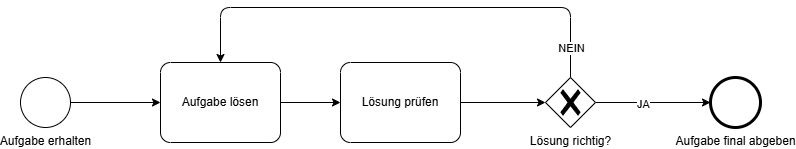
Above: slides/content/slides/Informatik/Business-Process-Modelling/assets/bpmn-example-loops.drawio.png in HTL-Wolfsberg-Betriebsinformatik/skript (draw.io), before the change. Source tidied: cells renumbered, new cells last; positions are measured from the earlier drawing's top-left corner, leaving out a move shared by most shapes. Source of this version:
```xml
<mxGraphModel>
  <root>
    <mxCell id="0" />
    <mxCell id="1" parent="0" />
    <mxCell id="2" style="edgeStyle=none;html=1;" parent="1" edge="1" source="3" target="5">
      <mxGeometry relative="1" as="geometry" />
    </mxCell>
    <mxCell id="3" value="Aufgabe erhalten" style="points=[[0.145,0.145,0],[0.5,0,0],[0.855,0.145,0],[1,0.5,0],[0.855,0.855,0],[0.5,1,0],[0.145,0.855,0],[0,0.5,0]];shape=mxgraph.bpmn.event;html=1;verticalLabelPosition=bottom;labelBackgroundColor=#ffffff;verticalAlign=top;align=center;perimeter=ellipsePerimeter;outlineConnect=0;outline=standard;symbol=general;" parent="1" vertex="1">
      <mxGeometry y="70" width="50" height="50" as="geometry" />
    </mxCell>
    <mxCell id="4" style="edgeStyle=none;html=1;" parent="1" edge="1" source="5" target="13">
      <mxGeometry relative="1" as="geometry" />
    </mxCell>
    <mxCell id="5" value="Aufgabe lösen" style="points=[[0.25,0,0],[0.5,0,0],[0.75,0,0],[1,0.25,0],[1,0.5,0],[1,0.75,0],[0.75,1,0],[0.5,1,0],[0.25,1,0],[0,0.75,0],[0,0.5,0],[0,0.25,0]];shape=mxgraph.bpmn.task;whiteSpace=wrap;rectStyle=rounded;size=10;html=1;taskMarker=abstract;" parent="1" vertex="1">
      <mxGeometry x="140" y="55" width="120" height="80" as="geometry" />
    </mxCell>
    <mxCell id="6" style="edgeStyle=none;html=1;" parent="1" edge="1" source="10" target="5">
      <mxGeometry relative="1" as="geometry">
        <Array as="points">
          <mxPoint x="550" />
          <mxPoint x="200" />
        </Array>
      </mxGeometry>
    </mxCell>
    <mxCell id="7" value="NEIN" style="edgeLabel;html=1;align=center;verticalAlign=middle;" parent="6" vertex="1">
      <mxGeometry x="0.17" y="1" relative="1" as="geometry">
        <mxPoint x="207" y="39" as="offset" />
      </mxGeometry>
    </mxCell>
    <mxCell id="8" style="edgeStyle=none;html=1;" parent="1" edge="1" source="10">
      <mxGeometry relative="1" as="geometry">
        <mxPoint x="690" y="95" as="targetPoint" />
      </mxGeometry>
    </mxCell>
    <mxCell id="9" value="JA" style="edgeLabel;html=1;align=center;verticalAlign=middle;" parent="8" vertex="1">
      <mxGeometry x="-0.18" y="-1" relative="1" as="geometry" />
    </mxCell>
    <mxCell id="10" value="Lösung richtig?" style="points=[[0.25,0.25,0],[0.5,0,0],[0.75,0.25,0],[1,0.5,0],[0.75,0.75,0],[0.5,1,0],[0.25,0.75,0],[0,0.5,0]];shape=mxgraph.bpmn.gateway2;html=1;verticalLabelPosition=bottom;labelBackgroundColor=#ffffff;verticalAlign=top;align=center;perimeter=rhombusPerimeter;outlineConnect=0;outline=none;symbol=none;gwType=exclusive;labelPosition=center;" parent="1" vertex="1">
      <mxGeometry x="525" y="70" width="50" height="50" as="geometry" />
    </mxCell>
    <mxCell id="11" value="Aufgabe final abgeben" style="points=[[0.145,0.145,0],[0.5,0,0],[0.855,0.145,0],[1,0.5,0],[0.855,0.855,0],[0.5,1,0],[0.145,0.855,0],[0,0.5,0]];shape=mxgraph.bpmn.event;html=1;verticalLabelPosition=bottom;labelBackgroundColor=#ffffff;verticalAlign=top;align=center;perimeter=ellipsePerimeter;outlineConnect=0;outline=end;symbol=terminate2;" parent="1" vertex="1">
      <mxGeometry x="690" y="70" width="50" height="50" as="geometry" />
    </mxCell>
    <mxCell id="12" style="edgeStyle=none;html=1;" parent="1" edge="1" source="13" target="10">
      <mxGeometry relative="1" as="geometry" />
    </mxCell>
    <mxCell id="13" value="Lösung prüfen" style="points=[[0.25,0,0],[0.5,0,0],[0.75,0,0],[1,0.25,0],[1,0.5,0],[1,0.75,0],[0.75,1,0],[0.5,1,0],[0.25,1,0],[0,0.75,0],[0,0.5,0],[0,0.25,0]];shape=mxgraph.bpmn.task;whiteSpace=wrap;rectStyle=rounded;size=10;html=1;taskMarker=abstract;" parent="1" vertex="1">
      <mxGeometry x="320" y="55" width="120" height="80" as="geometry" />
    </mxCell>
  </root>
</mxGraphModel>
```
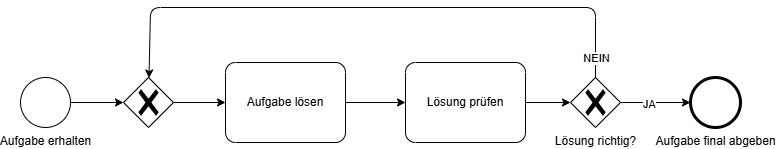
After the change.

Commit message:
fix: gateway loop closing

Change to the diagram source:
```diff
@@ -2,11 +2,11 @@
   <root>
     <mxCell id="0" />
     <mxCell id="1" parent="0" />
-    <mxCell id="2" style="edgeStyle=none;html=1;" parent="1" edge="1" source="3" target="5">
+    <mxCell id="2" style="edgeStyle=none;html=1;" parent="1" edge="1" source="3" target="15">
       <mxGeometry relative="1" as="geometry" />
     </mxCell>
     <mxCell id="3" value="Aufgabe erhalten" style="points=[[0.145,0.145,0],[0.5,0,0],[0.855,0.145,0],[1,0.5,0],[0.855,0.855,0],[0.5,1,0],[0.145,0.855,0],[0,0.5,0]];shape=mxgraph.bpmn.event;html=1;verticalLabelPosition=bottom;labelBackgroundColor=#ffffff;verticalAlign=top;align=center;perimeter=ellipsePerimeter;outlineConnect=0;outline=standard;symbol=general;" parent="1" vertex="1">
-      <mxGeometry y="70" width="50" height="50" as="geometry" />
+      <mxGeometry x="-65" y="70" width="50" height="50" as="geometry" />
     </mxCell>
     <mxCell id="4" style="edgeStyle=none;html=1;" parent="1" edge="1" source="5" target="13">
       <mxGeometry relative="1" as="geometry" />
@@ -14,32 +14,30 @@
     <mxCell id="5" value="Aufgabe lösen" style="points=[[0.25,0,0],[0.5,0,0],[0.75,0,0],[1,0.25,0],[1,0.5,0],[1,0.75,0],[0.75,1,0],[0.5,1,0],[0.25,1,0],[0,0.75,0],[0,0.5,0],[0,0.25,0]];shape=mxgraph.bpmn.task;whiteSpace=wrap;rectStyle=rounded;size=10;html=1;taskMarker=abstract;" parent="1" vertex="1">
       <mxGeometry x="140" y="55" width="120" height="80" as="geometry" />
     </mxCell>
-    <mxCell id="6" style="edgeStyle=none;html=1;" parent="1" edge="1" source="10" target="5">
-      <mxGeometry relative="1" as="geometry">
+    <mxCell id="6" style="edgeStyle=none;html=1;" parent="1" edge="1" source="10" target="15">
+      <mxGeometry x="-0.35" relative="1" as="geometry">
         <Array as="points">
-          <mxPoint x="550" />
-          <mxPoint x="200" />
+          <mxPoint x="510" />
+          <mxPoint x="65" />
         </Array>
       </mxGeometry>
     </mxCell>
     <mxCell id="7" value="NEIN" style="edgeLabel;html=1;align=center;verticalAlign=middle;" parent="6" vertex="1">
-      <mxGeometry x="0.17" y="1" relative="1" as="geometry">
-        <mxPoint x="207" y="39" as="offset" />
+      <mxGeometry x="-0.22" y="1" relative="1" as="geometry">
+        <mxPoint x="159" y="49" as="offset" />
       </mxGeometry>
     </mxCell>
-    <mxCell id="8" style="edgeStyle=none;html=1;" parent="1" edge="1" source="10">
-      <mxGeometry relative="1" as="geometry">
-        <mxPoint x="690" y="95" as="targetPoint" />
-      </mxGeometry>
+    <mxCell id="8" style="edgeStyle=none;html=1;" parent="1" edge="1" source="10" target="11">
+      <mxGeometry relative="1" as="geometry" />
     </mxCell>
     <mxCell id="9" value="JA" style="edgeLabel;html=1;align=center;verticalAlign=middle;" parent="8" vertex="1">
-      <mxGeometry x="-0.18" y="-1" relative="1" as="geometry" />
+      <mxGeometry x="-0.17" y="-1" relative="1" as="geometry" />
     </mxCell>
     <mxCell id="10" value="Lösung richtig?" style="points=[[0.25,0.25,0],[0.5,0,0],[0.75,0.25,0],[1,0.5,0],[0.75,0.75,0],[0.5,1,0],[0.25,0.75,0],[0,0.5,0]];shape=mxgraph.bpmn.gateway2;html=1;verticalLabelPosition=bottom;labelBackgroundColor=#ffffff;verticalAlign=top;align=center;perimeter=rhombusPerimeter;outlineConnect=0;outline=none;symbol=none;gwType=exclusive;labelPosition=center;" parent="1" vertex="1">
-      <mxGeometry x="525" y="70" width="50" height="50" as="geometry" />
+      <mxGeometry x="485" y="70" width="50" height="50" as="geometry" />
     </mxCell>
     <mxCell id="11" value="Aufgabe final abgeben" style="points=[[0.145,0.145,0],[0.5,0,0],[0.855,0.145,0],[1,0.5,0],[0.855,0.855,0],[0.5,1,0],[0.145,0.855,0],[0,0.5,0]];shape=mxgraph.bpmn.event;html=1;verticalLabelPosition=bottom;labelBackgroundColor=#ffffff;verticalAlign=top;align=center;perimeter=ellipsePerimeter;outlineConnect=0;outline=end;symbol=terminate2;" parent="1" vertex="1">
-      <mxGeometry x="690" y="70" width="50" height="50" as="geometry" />
+      <mxGeometry x="605" y="70" width="50" height="50" as="geometry" />
     </mxCell>
     <mxCell id="12" style="edgeStyle=none;html=1;" parent="1" edge="1" source="13" target="10">
       <mxGeometry relative="1" as="geometry" />
@@ -47,5 +45,11 @@
     <mxCell id="13" value="Lösung prüfen" style="points=[[0.25,0,0],[0.5,0,0],[0.75,0,0],[1,0.25,0],[1,0.5,0],[1,0.75,0],[0.75,1,0],[0.5,1,0],[0.25,1,0],[0,0.75,0],[0,0.5,0],[0,0.25,0]];shape=mxgraph.bpmn.task;whiteSpace=wrap;rectStyle=rounded;size=10;html=1;taskMarker=abstract;" parent="1" vertex="1">
       <mxGeometry x="320" y="55" width="120" height="80" as="geometry" />
     </mxCell>
+    <mxCell id="14" style="edgeStyle=none;html=1;" parent="1" edge="1" source="15" target="5">
+      <mxGeometry relative="1" as="geometry" />
+    </mxCell>
+    <mxCell id="15" style="points=[[0.25,0.25,0],[0.5,0,0],[0.75,0.25,0],[1,0.5,0],[0.75,0.75,0],[0.5,1,0],[0.25,0.75,0],[0,0.5,0]];shape=mxgraph.bpmn.gateway2;html=1;verticalLabelPosition=bottom;labelBackgroundColor=#ffffff;verticalAlign=top;align=center;perimeter=rhombusPerimeter;outlineConnect=0;outline=none;symbol=none;gwType=exclusive;labelPosition=center;" parent="1" vertex="1">
+      <mxGeometry x="38" y="70" width="50" height="50" as="geometry" />
+    </mxCell>
   </root>
 </mxGraphModel>
```
